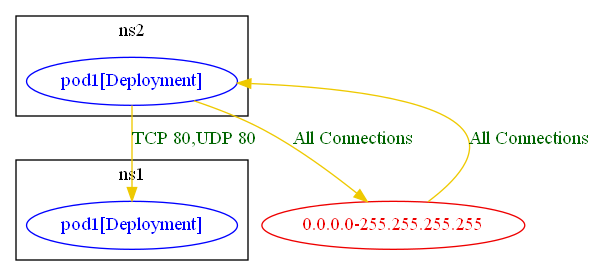
Above: test_outputs/connlist/anp_with_np_and_banp_pass_test_connlist_output.dot.png in np-guard/netpol-analyzer (Graphviz), before the change. Its source is kept beside it as test_outputs/connlist/anp_with_np_and_banp_pass_test_connlist_output.dot. Source of this version:
```dot
digraph {
	subgraph "cluster_ns1" {
		color="black"
		fontcolor="black"
		"ns1/pod1[Deployment]" [label="pod1[Deployment]" color="blue" fontcolor="blue"]
		label="ns1"
	}
	subgraph "cluster_ns2" {
		color="black"
		fontcolor="black"
		"ns2/pod1[Deployment]" [label="pod1[Deployment]" color="blue" fontcolor="blue"]
		label="ns2"
	}
	"0.0.0.0-255.255.255.255" [label="0.0.0.0-255.255.255.255" color="red2" fontcolor="red2"]
	"0.0.0.0-255.255.255.255" -> "ns2/pod1[Deployment]" [label="All Connections" color="gold2" fontcolor="darkgreen" weight=0.5]
	"ns2/pod1[Deployment]" -> "0.0.0.0-255.255.255.255" [label="All Connections" color="gold2" fontcolor="darkgreen" weight=1]
	"ns2/pod1[Deployment]" -> "ns1/pod1[Deployment]" [label="TCP 80,UDP 80" color="gold2" fontcolor="darkgreen" weight=1]
}
```
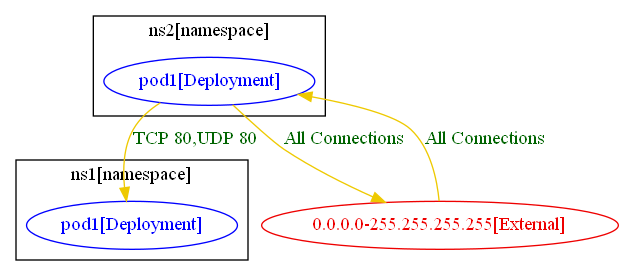
The same file after the commit.

Change to the diagram source:
```diff
@@ -1,18 +1,18 @@
 digraph {
-	subgraph "cluster_ns1" {
+	subgraph "cluster_ns1[namespace]" {
 		color="black"
 		fontcolor="black"
 		"ns1/pod1[Deployment]" [label="pod1[Deployment]" color="blue" fontcolor="blue"]
-		label="ns1"
+		label="ns1[namespace]"
 	}
-	subgraph "cluster_ns2" {
+	subgraph "cluster_ns2[namespace]" {
 		color="black"
 		fontcolor="black"
 		"ns2/pod1[Deployment]" [label="pod1[Deployment]" color="blue" fontcolor="blue"]
-		label="ns2"
+		label="ns2[namespace]"
 	}
-	"0.0.0.0-255.255.255.255" [label="0.0.0.0-255.255.255.255" color="red2" fontcolor="red2"]
-	"0.0.0.0-255.255.255.255" -> "ns2/pod1[Deployment]" [label="All Connections" color="gold2" fontcolor="darkgreen" weight=0.5]
-	"ns2/pod1[Deployment]" -> "0.0.0.0-255.255.255.255" [label="All Connections" color="gold2" fontcolor="darkgreen" weight=1]
+	"0.0.0.0-255.255.255.255[External]" [label="0.0.0.0-255.255.255.255[External]" color="red2" fontcolor="red2"]
+	"0.0.0.0-255.255.255.255[External]" -> "ns2/pod1[Deployment]" [label="All Connections" color="gold2" fontcolor="darkgreen" weight=0.5]
+	"ns2/pod1[Deployment]" -> "0.0.0.0-255.255.255.255[External]" [label="All Connections" color="gold2" fontcolor="darkgreen" weight=1]
 	"ns2/pod1[Deployment]" -> "ns1/pod1[Deployment]" [label="TCP 80,UDP 80" color="gold2" fontcolor="darkgreen" weight=1]
 }
```
